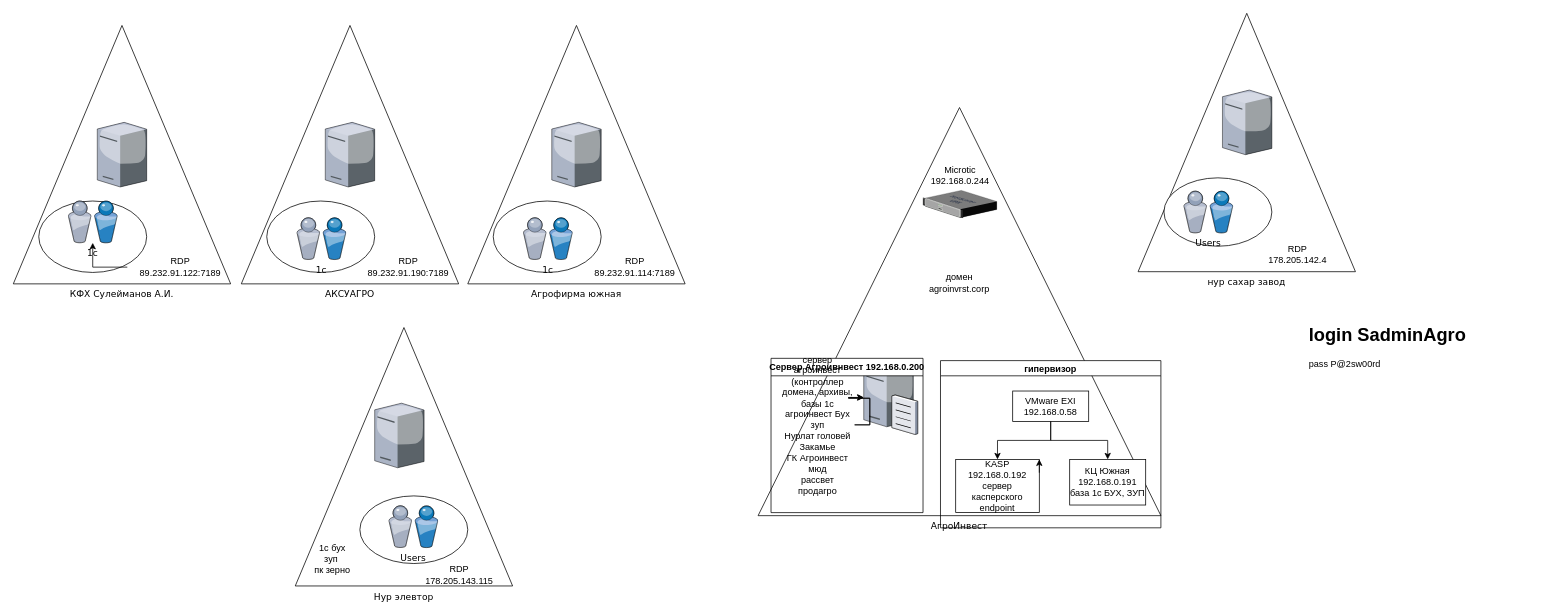
Above: agroinvest.drawio in Arthureff2/jetkins1 (draw.io), before the change. Source tidied: cells renumbered, new cells numbered last; positions are measured from the earlier drawing's top-left corner, leaving out a move shared by most shapes. Both pictures are drawn from the tidied source at 76%, with x=0, y=0 at pixel (13, 13).
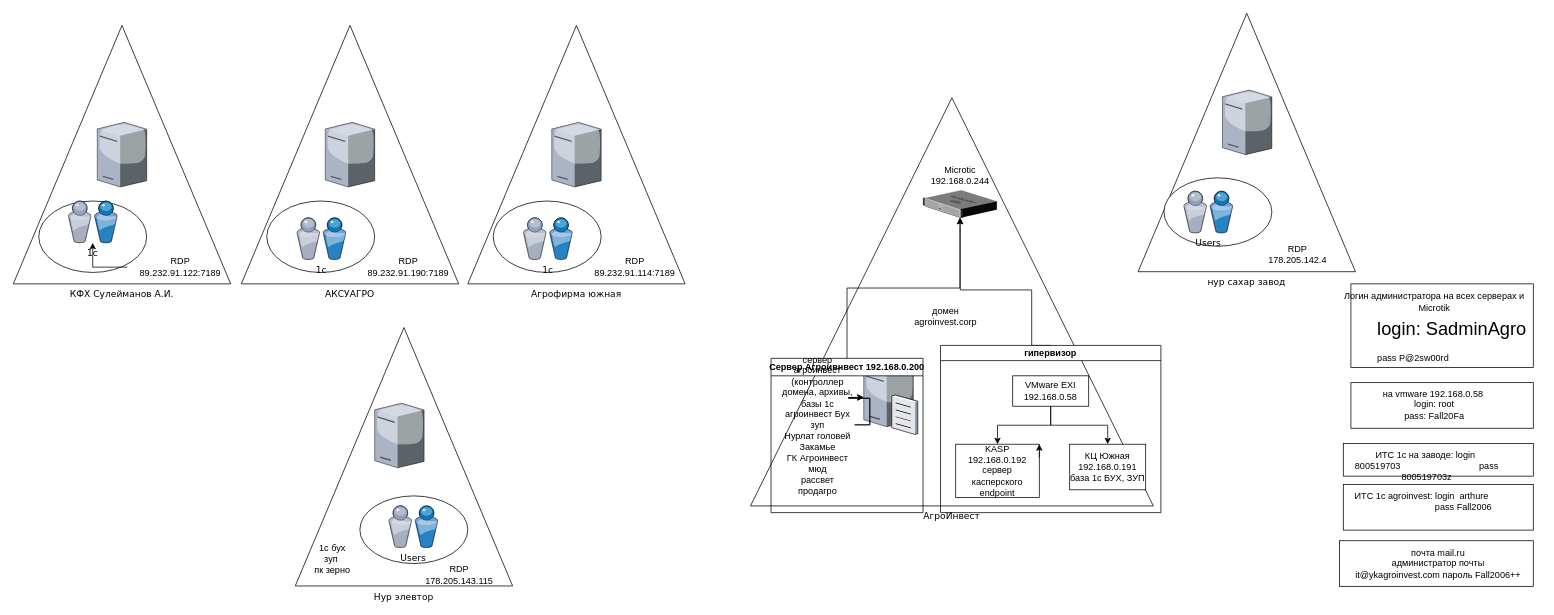
Above is the later version.

The change refers to these unchanged cells:
```xml
<mxCell id="35" style="verticalLabelPosition=bottom;sketch=0;html=1;verticalAlign=top;strokeColor=none;align=center;outlineConnect=0;shape=mxgraph.citrix.netscaler_vpx;" parent="1" vertex="1">
  <mxGeometry x="1197" y="233" width="97" height="36" as="geometry" />
</mxCell>
<mxCell id="39" value="Сервер Агроивнвест 192.168.0.200" style="swimlane;" parent="1" vertex="1">
  <mxGeometry x="997" y="454" width="200" height="203" as="geometry" />
</mxCell>
```

The edit, as a diff of the source:
```diff
@@
+    <mxCell id="46" style="edgeStyle=orthogonalEdgeStyle;rounded=0;orthogonalLoop=1;jettySize=auto;html=1;" parent="1" edge="1">
+      <mxGeometry relative="1" as="geometry">
+        <mxPoint x="1990" y="587.5" as="sourcePoint" />
+        <mxPoint x="2000" y="587" as="targetPoint" />
+      </mxGeometry>
+    </mxCell>
+    <mxCell id="47" style="rounded=0;whiteSpace=wrap;html=1;" parent="1" vertex="1">
+      <mxGeometry x="1750" y="566" width="250" height="43" as="geometry" />
+    </mxCell>
+    <mxCell id="48" style="rounded=0;whiteSpace=wrap;html=1;" parent="1" vertex="1">
+      <mxGeometry x="1750" y="620" width="250" height="60" as="geometry" />
+    </mxCell>
     <mxCell id="2" value="АгроИнвест" style="triangle;whiteSpace=wrap;html=1;rounded=0;shadow=0;comic=0;strokeWidth=1;fontFamily=Verdana;direction=north;labelPosition=center;verticalLabelPosition=bottom;align=center;verticalAlign=top;" parent="1" vertex="1">
-      <mxGeometry x="980" y="124" width="530" height="537" as="geometry" />
+      <mxGeometry x="970" y="111.2" width="530" height="537" as="geometry" />
     </mxCell>
@@
+    <mxCell id="49" style="edgeStyle=orthogonalEdgeStyle;rounded=0;jettySize=auto;html=1;exitX=0.5;exitY=0;exitDx=0;exitDy=0;" parent="1" edge="1" source="28" target="35">
+      <mxGeometry relative="1" as="geometry">
+        <Array as="points">
+          <mxPoint x="1340" y="437" />
+          <mxPoint x="1340" y="364" />
+          <mxPoint x="1246" y="364" />
+        </Array>
+      </mxGeometry>
+    </mxCell>
     <mxCell id="28" value="гипервизор" style="swimlane;startSize=20;horizontal=1;horizontalTree=0;containerType=tree;" parent="1" vertex="1">
-      <mxGeometry x="1220" y="457" width="290" height="220" as="geometry" />
+      <mxGeometry x="1220" y="437" width="290" height="220" as="geometry" />
     </mxCell>
@@
+    <mxCell id="50" style="edgeStyle=orthogonalEdgeStyle;rounded=0;jettySize=auto;html=1;" parent="1" edge="1" source="39" target="35">
+      <mxGeometry relative="1" as="geometry" />
+    </mxCell>
@@
-    <mxCell id="41" value="домен agroinvrst.corp" style="text;html=1;strokeColor=none;fillColor=none;align=center;verticalAlign=middle;whiteSpace=wrap;rounded=0;" parent="1" vertex="1">
-      <mxGeometry x="1215" y="340" width="60" height="30" as="geometry" />
+    <mxCell id="41" value="домен agroinvest.corp" style="text;html=1;strokeColor=none;fillColor=none;align=center;verticalAlign=middle;whiteSpace=wrap;rounded=0;" parent="1" vertex="1">
+      <mxGeometry x="1197" y="383.5" width="60" height="30" as="geometry" />
     </mxCell>
@@
+    <mxCell id="51" style="rounded=0;whiteSpace=wrap;html=1;" parent="1" vertex="1">
+      <mxGeometry x="1760" y="356" width="240" height="110" as="geometry" />
+    </mxCell>
-    <mxCell id="45" value="&lt;h1&gt;login SadminAgro&lt;/h1&gt;&lt;div&gt;pass P@2sw00rd&lt;/div&gt;" style="text;html=1;strokeColor=none;fillColor=none;spacing=5;spacingTop=-20;whiteSpace=wrap;overflow=hidden;rounded=0;" parent="1" vertex="1">
-      <mxGeometry x="1700" y="404" width="300" height="120" as="geometry" />
+    <mxCell id="45" value="&lt;h1&gt;&lt;span style=&quot;font-weight: normal&quot;&gt;login: SadminAgro&lt;/span&gt;&lt;/h1&gt;&lt;div&gt;pass P@2sw00rd&lt;/div&gt;" style="text;html=1;strokeColor=none;fillColor=none;spacing=5;spacingTop=-20;whiteSpace=wrap;overflow=hidden;rounded=0;" parent="1" vertex="1">
+      <mxGeometry x="1790" y="396" width="220" height="80" as="geometry" />
     </mxCell>
+    <mxCell id="52" value="ИТС 1с agroinvest: login&amp;nbsp; arthure&amp;nbsp;&lt;br&gt;&amp;nbsp; &amp;nbsp; &amp;nbsp; &amp;nbsp; &amp;nbsp; &amp;nbsp; &amp;nbsp; &amp;nbsp; &amp;nbsp; &amp;nbsp; &amp;nbsp; &amp;nbsp; &amp;nbsp; &amp;nbsp; &amp;nbsp; &amp;nbsp; pass Fall2006" style="text;html=1;strokeColor=none;fillColor=none;align=center;verticalAlign=middle;whiteSpace=wrap;rounded=0;" parent="1" vertex="1">
+      <mxGeometry x="1750" y="619" width="210" height="46" as="geometry" />
+    </mxCell>
+    <mxCell id="53" value="Логин администратора на всех серверах и Microtik" style="text;html=1;strokeColor=none;fillColor=none;align=center;verticalAlign=middle;whiteSpace=wrap;rounded=0;" parent="1" vertex="1">
+      <mxGeometry x="1750" y="359" width="240" height="41.5" as="geometry" />
+    </mxCell>
+    <mxCell id="54" value="ИТС 1с на заводе: login&amp;nbsp; 800519703&amp;nbsp; &amp;nbsp; &amp;nbsp; &amp;nbsp; &amp;nbsp; &amp;nbsp; &amp;nbsp; &amp;nbsp; &amp;nbsp; &amp;nbsp; &amp;nbsp; &amp;nbsp; &amp;nbsp; &amp;nbsp; &amp;nbsp; &amp;nbsp;pass 800519703z" style="text;html=1;strokeColor=none;fillColor=none;align=center;verticalAlign=middle;whiteSpace=wrap;rounded=0;" parent="1" vertex="1">
+      <mxGeometry x="1760" y="573" width="200" height="46" as="geometry" />
+    </mxCell>
+    <mxCell id="55" style="rounded=0;whiteSpace=wrap;html=1;" parent="1" vertex="1">
+      <mxGeometry x="1760" y="486" width="240" height="60" as="geometry" />
+    </mxCell>
+    <mxCell id="56" value="на vmware 192.168.0.58&amp;nbsp;&lt;br&gt;login: root&lt;br&gt;pass: Fall20Fa" style="text;html=1;strokeColor=none;fillColor=none;align=center;verticalAlign=middle;whiteSpace=wrap;rounded=0;" parent="1" vertex="1">
+      <mxGeometry x="1780" y="486" width="180" height="57" as="geometry" />
+    </mxCell>
+    <mxCell id="57" style="rounded=0;whiteSpace=wrap;html=1;" parent="1" vertex="1">
+      <mxGeometry x="1745" y="694" width="255" height="60" as="geometry" />
+    </mxCell>
+    <mxCell id="58" value="почта mail.ru&lt;br&gt;администратор почты it@ykagroinvest.com пароль Fall2006++" style="text;html=1;strokeColor=none;fillColor=none;align=center;verticalAlign=middle;whiteSpace=wrap;rounded=0;" parent="1" vertex="1">
+      <mxGeometry x="1760" y="713.5" width="230" height="21" as="geometry" />
+    </mxCell>
```
